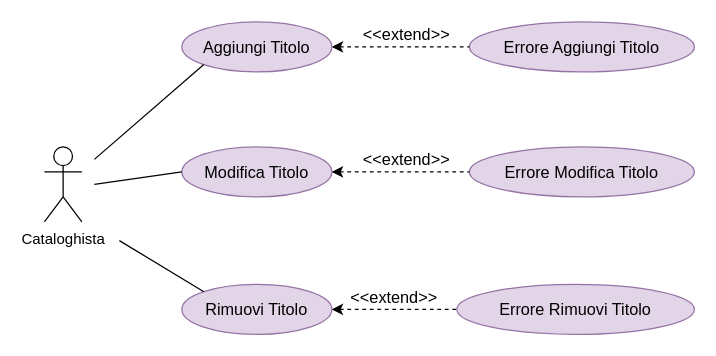
This is 28-10-2021/Schemi/Gestione Titoli.drawio from is-shodan-20-21/docs, a draw.io file, before an edit. Source tidied: cells renumbered, new cells numbered last; positions are measured from the earlier drawing's top-left corner, leaving out a move shared by most shapes. Both pictures are drawn from the tidied source at 125%, with x=0, y=0 at pixel (44, 21).
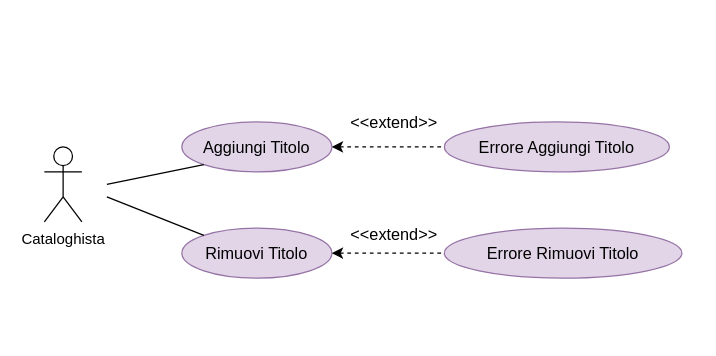
The same page after the edit.

Diff of the diagram source:
```diff
@@
 <mxGraphModel>
   <root>
     <mxCell id="0" />
     <mxCell id="1" parent="0" />
     <mxCell id="2" value="Cataloghista" style="shape=umlActor;verticalLabelPosition=bottom;verticalAlign=top;html=1;" parent="1" vertex="1">
       <mxGeometry y="100" width="30" height="60" as="geometry" />
     </mxCell>
-    <mxCell id="3" value="&lt;font style=&quot;font-size: 13px&quot;&gt;Aggiungi Titolo&lt;/font&gt;" style="ellipse;whiteSpace=wrap;html=1;fillColor=#e1d5e7;strokeColor=#9673a6;" parent="1" vertex="1">
-      <mxGeometry x="110" width="120" height="40" as="geometry" />
+    <mxCell id="3" value="&lt;font style=&quot;font-size: 13px&quot;&gt;Aggiungi Titolo&lt;/font&gt;" style="ellipse;whiteSpace=wrap;html=1;fillColor=#e1d5e7;strokeColor=#9673a6;fontColor=default;" parent="1" vertex="1">
+      <mxGeometry x="110" y="80" width="120" height="40" as="geometry" />
     </mxCell>
-    <mxCell id="4" value="&lt;font style=&quot;font-size: 13px&quot;&gt;Modifica Titolo&lt;/font&gt;" style="ellipse;whiteSpace=wrap;html=1;fillColor=#e1d5e7;strokeColor=#9673a6;" parent="1" vertex="1">
-      <mxGeometry x="110" y="100" width="120" height="40" as="geometry" />
-    </mxCell>
-    <mxCell id="5" value="&lt;font style=&quot;font-size: 13px&quot;&gt;Rimuovi Titolo&lt;/font&gt;" style="ellipse;whiteSpace=wrap;html=1;fillColor=#e1d5e7;strokeColor=#9673a6;" parent="1" vertex="1">
-      <mxGeometry x="110" y="210" width="120" height="40" as="geometry" />
+    <mxCell id="5" value="&lt;font style=&quot;font-size: 13px&quot;&gt;Rimuovi Titolo&lt;/font&gt;" style="ellipse;whiteSpace=wrap;html=1;fillColor=#e1d5e7;strokeColor=#9673a6;fontColor=default;" parent="1" vertex="1">
+      <mxGeometry x="110" y="165" width="120" height="40" as="geometry" />
     </mxCell>
-    <mxCell id="6" value="&lt;font style=&quot;font-size: 13px&quot;&gt;Errore Modifica Titolo&lt;/font&gt;" style="ellipse;whiteSpace=wrap;html=1;fillColor=#e1d5e7;strokeColor=#9673a6;" parent="1" vertex="1">
-      <mxGeometry x="340" y="100" width="180" height="40" as="geometry" />
-    </mxCell>
-    <mxCell id="7" value="&lt;font style=&quot;font-size: 13px&quot;&gt;Errore Aggiungi Titolo&lt;/font&gt;" style="ellipse;whiteSpace=wrap;html=1;fillColor=#e1d5e7;strokeColor=#9673a6;" parent="1" vertex="1">
-      <mxGeometry x="340" width="180" height="40" as="geometry" />
+    <mxCell id="7" value="&lt;font style=&quot;font-size: 13px&quot;&gt;Errore Aggiungi Titolo&lt;/font&gt;" style="ellipse;whiteSpace=wrap;html=1;fillColor=#e1d5e7;strokeColor=#9673a6;fontColor=default;" parent="1" vertex="1">
+      <mxGeometry x="320" y="80" width="180" height="40" as="geometry" />
     </mxCell>
-    <mxCell id="8" value="&lt;font style=&quot;font-size: 13px&quot;&gt;Errore Rimuovi Titolo&lt;/font&gt;" style="ellipse;whiteSpace=wrap;html=1;fillColor=#e1d5e7;strokeColor=#9673a6;" parent="1" vertex="1">
-      <mxGeometry x="330" y="210" width="190" height="40" as="geometry" />
+    <mxCell id="8" value="&lt;font style=&quot;font-size: 13px&quot;&gt;Errore Rimuovi Titolo&lt;/font&gt;" style="ellipse;whiteSpace=wrap;html=1;fillColor=#e1d5e7;strokeColor=#9673a6;fontColor=default;" parent="1" vertex="1">
+      <mxGeometry x="320" y="165" width="190" height="40" as="geometry" />
     </mxCell>
     <mxCell id="9" style="endArrow=none;dashed=1;html=1;rounded=0;fontSize=13;startArrow=classic;startFill=1;exitX=1;exitY=0.5;exitDx=0;exitDy=0;entryX=0;entryY=0.5;entryDx=0;entryDy=0;" parent="1" edge="1" source="3" target="7">
       <mxGeometry relative="1" as="geometry" />
     </mxCell>
-    <mxCell id="10" style="endArrow=none;dashed=1;html=1;rounded=0;fontSize=13;startArrow=classic;startFill=1;exitX=1;exitY=0.5;exitDx=0;exitDy=0;entryX=0;entryY=0.5;entryDx=0;entryDy=0;" parent="1" edge="1" source="4" target="6">
-      <mxGeometry relative="1" as="geometry" />
-    </mxCell>
     <mxCell id="11" style="endArrow=none;dashed=1;html=1;rounded=0;fontSize=13;startArrow=classic;startFill=1;exitX=1;exitY=0.5;exitDx=0;exitDy=0;entryX=0;entryY=0.5;entryDx=0;entryDy=0;" parent="1" edge="1" source="5" target="8">
       <mxGeometry relative="1" as="geometry" />
     </mxCell>
-    <mxCell id="12" value="&amp;lt;&amp;lt;extend&amp;gt;&amp;gt;" style="text;html=1;strokeColor=none;fillColor=none;align=center;verticalAlign=middle;whiteSpace=wrap;rounded=0;fontSize=13;" parent="1" vertex="1">
-      <mxGeometry x="270" width="40" height="20" as="geometry" />
+    <mxCell id="12" value="&amp;lt;&amp;lt;extend&amp;gt;&amp;gt;" style="text;html=1;strokeColor=none;fillColor=none;align=center;verticalAlign=middle;whiteSpace=wrap;rounded=0;fontSize=13;fontColor=default;" parent="1" vertex="1">
+      <mxGeometry x="260" y="70" width="40" height="20" as="geometry" />
     </mxCell>
-    <mxCell id="13" value="&amp;lt;&amp;lt;extend&amp;gt;&amp;gt;" style="text;html=1;strokeColor=none;fillColor=none;align=center;verticalAlign=middle;whiteSpace=wrap;rounded=0;fontSize=13;" parent="1" vertex="1">
-      <mxGeometry x="270" y="100" width="40" height="20" as="geometry" />
-    </mxCell>
-    <mxCell id="14" value="&amp;lt;&amp;lt;extend&amp;gt;&amp;gt;" style="text;html=1;strokeColor=none;fillColor=none;align=center;verticalAlign=middle;whiteSpace=wrap;rounded=0;fontSize=13;" parent="1" vertex="1">
-      <mxGeometry x="260" y="210" width="40" height="20" as="geometry" />
+    <mxCell id="14" value="&amp;lt;&amp;lt;extend&amp;gt;&amp;gt;" style="text;html=1;strokeColor=none;fillColor=none;align=center;verticalAlign=middle;whiteSpace=wrap;rounded=0;fontSize=13;fontColor=default;" parent="1" vertex="1">
+      <mxGeometry x="260" y="160" width="40" height="20" as="geometry" />
     </mxCell>
-    <mxCell id="15" style="endArrow=none;html=1;rounded=0;fontSize=13;entryX=0;entryY=1;entryDx=0;entryDy=0;" parent="1" edge="1" target="3">
+    <mxCell id="15" style="endArrow=none;html=1;rounded=0;fontSize=13;entryX=0;entryY=1;entryDx=0;entryDy=0;strokeColor=default;labelBackgroundColor=default;fontColor=default;" parent="1" edge="1" target="3">
       <mxGeometry relative="1" as="geometry">
-        <mxPoint x="40" y="110" as="sourcePoint" />
+        <mxPoint x="50" y="130" as="sourcePoint" />
       </mxGeometry>
     </mxCell>
-    <mxCell id="16" style="endArrow=none;html=1;rounded=0;fontSize=13;exitX=0;exitY=0.5;exitDx=0;exitDy=0;" parent="1" edge="1" source="4">
-      <mxGeometry relative="1" as="geometry">
-        <mxPoint x="40" y="130" as="targetPoint" />
-      </mxGeometry>
-    </mxCell>
-    <mxCell id="17" style="endArrow=none;html=1;rounded=0;fontSize=13;exitX=0;exitY=0;exitDx=0;exitDy=0;" parent="1" edge="1" source="5">
+    <mxCell id="17" style="endArrow=none;html=1;rounded=0;fontSize=13;exitX=0;exitY=0;exitDx=0;exitDy=0;strokeColor=default;labelBackgroundColor=default;fontColor=default;" parent="1" edge="1" source="5">
       <mxGeometry relative="1" as="geometry">
-        <mxPoint x="60" y="175" as="targetPoint" />
+        <mxPoint x="50" y="140" as="targetPoint" />
       </mxGeometry>
     </mxCell>
   </root>
 </mxGraphModel>
```
